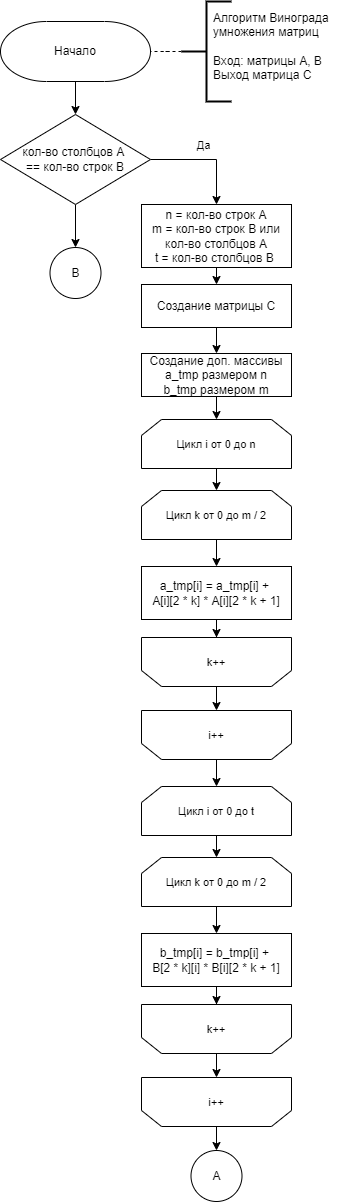
Before: lab_02/docs/img/vinograd_alg_1.png, a diagram exported from draw.io (Mansurow/bmstu-iu7-5sem-AA). Source tidied: cells renumbered, new cells last; positions are measured from the earlier drawing's top-left corner, leaving out a move shared by most shapes.
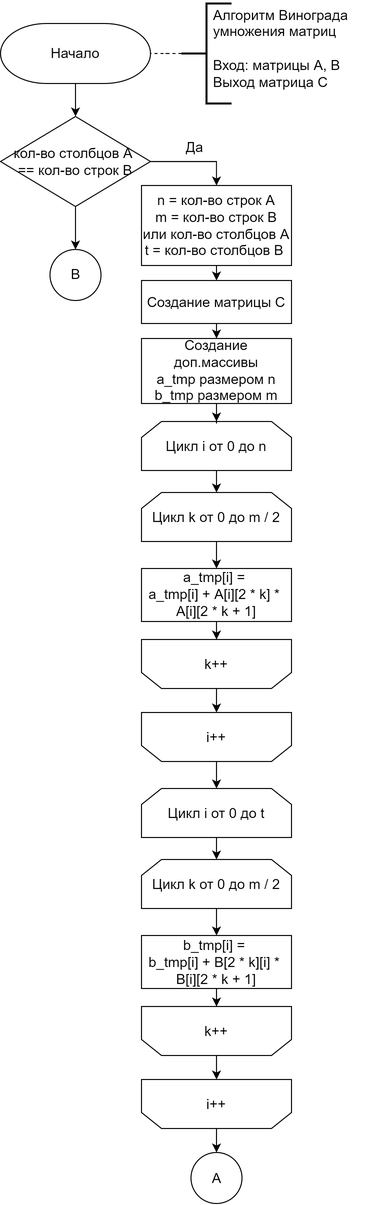
The same diagram one commit later.

Diff of the diagram source:
```diff
@@ -2,117 +2,117 @@
   <root>
     <mxCell id="0" />
     <mxCell id="1" parent="0" />
-    <mxCell id="2" style="edgeStyle=orthogonalEdgeStyle;rounded=0;jettySize=auto;html=1;" parent="1" edge="1" source="3" target="7">
+    <mxCell id="2" style="edgeStyle=orthogonalEdgeStyle;rounded=0;jettySize=auto;html=1;fontSize=14;" parent="1" edge="1" source="3" target="7">
       <mxGeometry relative="1" as="geometry" />
     </mxCell>
-    <mxCell id="3" value="Начало" style="strokeWidth=1;html=1;shape=mxgraph.flowchart.terminator;whiteSpace=wrap;" parent="1" vertex="1">
+    <mxCell id="3" value="Начало" style="strokeWidth=1;html=1;shape=mxgraph.flowchart.terminator;whiteSpace=wrap;fontSize=14;" parent="1" vertex="1">
       <mxGeometry y="20" width="150" height="60" as="geometry" />
     </mxCell>
-    <mxCell id="4" style="edgeStyle=orthogonalEdgeStyle;rounded=0;jettySize=auto;html=1;exitX=1;exitY=0.5;exitDx=0;exitDy=0;" parent="1" edge="1" source="7" target="9">
+    <mxCell id="4" style="edgeStyle=orthogonalEdgeStyle;rounded=0;jettySize=auto;html=1;exitX=1;exitY=0.5;exitDx=0;exitDy=0;fontSize=14;" parent="1" edge="1" source="7" target="9">
       <mxGeometry relative="1" as="geometry" />
     </mxCell>
-    <mxCell id="5" value="Да" style="edgeLabel;html=1;align=center;verticalAlign=middle;" parent="4" vertex="1">
+    <mxCell id="5" value="Да" style="edgeLabel;html=1;align=center;verticalAlign=middle;fontSize=14;" parent="4" vertex="1">
       <mxGeometry x="-0.06" y="-1" relative="1" as="geometry">
         <mxPoint y="-16" as="offset" />
       </mxGeometry>
     </mxCell>
-    <mxCell id="6" style="edgeStyle=orthogonalEdgeStyle;rounded=0;jettySize=auto;html=1;exitX=0.5;exitY=1;exitDx=0;exitDy=0;endArrow=classic;endFill=1;" parent="1" edge="1" source="7" target="38">
+    <mxCell id="6" style="edgeStyle=orthogonalEdgeStyle;rounded=0;jettySize=auto;html=1;exitX=0.5;exitY=1;exitDx=0;exitDy=0;endArrow=classic;endFill=1;fontSize=14;" parent="1" edge="1" source="7" target="38">
       <mxGeometry relative="1" as="geometry" />
     </mxCell>
-    <mxCell id="7" value="кол-во столбцов A &lt;br&gt;== кол-во строк B" style="rhombus;whiteSpace=wrap;html=1;" parent="1" vertex="1">
+    <mxCell id="7" value="кол-во столбцов A &lt;br style=&quot;font-size: 14px;&quot;&gt;== кол-во строк B" style="rhombus;whiteSpace=wrap;html=1;fontSize=14;" parent="1" vertex="1">
       <mxGeometry y="113" width="150" height="90" as="geometry" />
     </mxCell>
-    <mxCell id="8" style="edgeStyle=orthogonalEdgeStyle;rounded=0;jettySize=auto;html=1;exitX=0.5;exitY=1;exitDx=0;exitDy=0;entryX=0.5;entryY=0;entryDx=0;entryDy=0;endArrow=classic;endFill=1;" parent="1" edge="1" source="9" target="16">
+    <mxCell id="8" style="edgeStyle=orthogonalEdgeStyle;rounded=0;jettySize=auto;html=1;exitX=0.5;exitY=1;exitDx=0;exitDy=0;entryX=0.5;entryY=0;entryDx=0;entryDy=0;endArrow=classic;endFill=1;fontSize=14;" parent="1" edge="1" source="9" target="16">
       <mxGeometry relative="1" as="geometry" />
     </mxCell>
-    <mxCell id="9" value="n = кол-во строк A&lt;br&gt;m = кол-во строк B или кол-во столбцов A&lt;br&gt;t = кол-во столбцов B&amp;nbsp;" style="rounded=0;whiteSpace=wrap;html=1;absoluteArcSize=1;arcSize=14;strokeWidth=1;" parent="1" vertex="1">
-      <mxGeometry x="141" y="203" width="150" height="63" as="geometry" />
+    <mxCell id="9" value="n = кол-во строк A&lt;br style=&quot;font-size: 14px;&quot;&gt;m = кол-во строк B или кол-во столбцов A&lt;br style=&quot;font-size: 14px;&quot;&gt;t = кол-во столбцов B&amp;nbsp;" style="rounded=0;whiteSpace=wrap;html=1;absoluteArcSize=1;arcSize=14;strokeWidth=1;fontSize=14;" parent="1" vertex="1">
+      <mxGeometry x="141" y="182" width="150" height="80" as="geometry" />
     </mxCell>
-    <mxCell id="10" style="edgeStyle=orthogonalEdgeStyle;rounded=0;jettySize=auto;html=1;endArrow=classic;endFill=1;" parent="1" edge="1" source="11" target="20">
+    <mxCell id="10" style="edgeStyle=orthogonalEdgeStyle;rounded=0;jettySize=auto;html=1;endArrow=classic;endFill=1;fontSize=14;" parent="1" edge="1" source="11" target="20">
       <mxGeometry relative="1" as="geometry" />
     </mxCell>
-    <mxCell id="11" value="&lt;span style=&quot;font-size: 11px;&quot;&gt;Цикл i от 0 до n&lt;/span&gt;" style="shape=loopLimit;whiteSpace=wrap;html=1;" parent="1" vertex="1">
+    <mxCell id="11" value="&lt;span style=&quot;font-size: 14px;&quot;&gt;Цикл i от 0 до n&lt;/span&gt;" style="shape=loopLimit;whiteSpace=wrap;html=1;fontSize=14;" parent="1" vertex="1">
       <mxGeometry x="141" y="418" width="150" height="49" as="geometry" />
     </mxCell>
-    <mxCell id="12" style="edgeStyle=orthogonalEdgeStyle;rounded=0;jettySize=auto;html=1;endArrow=none;endFill=0;dashed=1;" parent="1" edge="1" source="13" target="3">
+    <mxCell id="12" style="edgeStyle=orthogonalEdgeStyle;rounded=0;jettySize=auto;html=1;endArrow=none;endFill=0;dashed=1;fontSize=14;" parent="1" edge="1" source="13" target="3">
       <mxGeometry relative="1" as="geometry" />
     </mxCell>
-    <mxCell id="13" style="strokeWidth=2;html=1;shape=mxgraph.flowchart.annotation_2;align=left;labelPosition=right;" parent="1" vertex="1">
+    <mxCell id="13" style="strokeWidth=2;html=1;shape=mxgraph.flowchart.annotation_2;align=left;labelPosition=right;fontSize=14;" parent="1" vertex="1">
       <mxGeometry x="181" width="50" height="100" as="geometry" />
     </mxCell>
-    <mxCell id="14" value="Алгоритм Винограда&lt;br&gt;умножения матриц&lt;br&gt;&lt;br&gt;Вход: матрицы A, B&lt;br&gt;Выход матрица С" style="text;html=1;align=left;verticalAlign=middle;strokeColor=none;fillColor=none;" parent="1" vertex="1">
-      <mxGeometry x="211" y="3" width="134" height="84" as="geometry" />
+    <mxCell id="14" value="Алгоритм Винограда&lt;br style=&quot;font-size: 14px;&quot;&gt;умножения матриц&lt;br style=&quot;font-size: 14px;&quot;&gt;&lt;br style=&quot;font-size: 14px;&quot;&gt;Вход: матрицы A, B&lt;br style=&quot;font-size: 14px;&quot;&gt;Выход матрица С" style="text;html=1;align=left;verticalAlign=middle;strokeColor=none;fillColor=none;fontSize=14;" parent="1" vertex="1">
+      <mxGeometry x="211" y="-3" width="153" height="96" as="geometry" />
     </mxCell>
-    <mxCell id="15" style="edgeStyle=orthogonalEdgeStyle;rounded=0;jettySize=auto;html=1;exitX=0.5;exitY=1;exitDx=0;exitDy=0;entryX=0.5;entryY=0;entryDx=0;entryDy=0;endArrow=classic;endFill=1;" parent="1" edge="1" source="16" target="18">
+    <mxCell id="15" style="edgeStyle=orthogonalEdgeStyle;rounded=0;jettySize=auto;html=1;exitX=0.5;exitY=1;exitDx=0;exitDy=0;entryX=0.5;entryY=0;entryDx=0;entryDy=0;endArrow=classic;endFill=1;fontSize=14;" parent="1" edge="1" source="16" target="18">
       <mxGeometry relative="1" as="geometry" />
     </mxCell>
-    <mxCell id="16" value="Создание матрицы C" style="rounded=0;whiteSpace=wrap;html=1;absoluteArcSize=1;arcSize=14;strokeWidth=1;" parent="1" vertex="1">
-      <mxGeometry x="141" y="283" width="150" height="43" as="geometry" />
+    <mxCell id="16" value="Создание матрицы C" style="rounded=0;whiteSpace=wrap;html=1;absoluteArcSize=1;arcSize=14;strokeWidth=1;fontSize=14;" parent="1" vertex="1">
+      <mxGeometry x="141" y="277" width="150" height="43" as="geometry" />
     </mxCell>
-    <mxCell id="17" style="edgeStyle=orthogonalEdgeStyle;rounded=0;jettySize=auto;html=1;endArrow=classic;endFill=1;" parent="1" edge="1" source="18" target="11">
+    <mxCell id="17" style="edgeStyle=orthogonalEdgeStyle;rounded=0;jettySize=auto;html=1;endArrow=classic;endFill=1;fontSize=14;" parent="1" edge="1" source="18" target="11">
       <mxGeometry relative="1" as="geometry" />
     </mxCell>
-    <mxCell id="18" value="Создание доп. массивы&lt;br&gt;a_tmp размером n&lt;br&gt;b_tmp размером m" style="rounded=0;whiteSpace=wrap;html=1;absoluteArcSize=1;arcSize=14;strokeWidth=1;" parent="1" vertex="1">
-      <mxGeometry x="141" y="352" width="150" height="43" as="geometry" />
+    <mxCell id="18" value="Создание доп.массивы&lt;br style=&quot;font-size: 14px;&quot;&gt;a_tmp размером n&lt;br style=&quot;font-size: 14px;&quot;&gt;b_tmp размером m" style="rounded=0;whiteSpace=wrap;html=1;absoluteArcSize=1;arcSize=14;strokeWidth=1;fontSize=14;" parent="1" vertex="1">
+      <mxGeometry x="141" y="335" width="150" height="65" as="geometry" />
     </mxCell>
-    <mxCell id="19" style="edgeStyle=orthogonalEdgeStyle;rounded=0;jettySize=auto;html=1;endArrow=classic;endFill=1;" parent="1" edge="1" source="20" target="22">
+    <mxCell id="19" style="edgeStyle=orthogonalEdgeStyle;rounded=0;jettySize=auto;html=1;endArrow=classic;endFill=1;fontSize=14;" parent="1" edge="1" source="20" target="22">
       <mxGeometry relative="1" as="geometry" />
     </mxCell>
-    <mxCell id="20" value="&lt;span style=&quot;font-size: 11px;&quot;&gt;Цикл k от 0 до m / 2&lt;br&gt;&lt;/span&gt;" style="shape=loopLimit;whiteSpace=wrap;html=1;" parent="1" vertex="1">
+    <mxCell id="20" value="&lt;span style=&quot;font-size: 14px;&quot;&gt;Цикл k от 0 до m / 2&lt;br style=&quot;font-size: 14px;&quot;&gt;&lt;/span&gt;" style="shape=loopLimit;whiteSpace=wrap;html=1;fontSize=14;" parent="1" vertex="1">
       <mxGeometry x="141" y="489" width="150" height="49" as="geometry" />
     </mxCell>
-    <mxCell id="21" style="edgeStyle=orthogonalEdgeStyle;rounded=0;jettySize=auto;html=1;endArrow=classic;endFill=1;" parent="1" edge="1" source="22" target="26">
+    <mxCell id="21" style="edgeStyle=orthogonalEdgeStyle;rounded=0;jettySize=auto;html=1;endArrow=classic;endFill=1;fontSize=14;" parent="1" edge="1" source="22" target="26">
       <mxGeometry relative="1" as="geometry" />
     </mxCell>
-    <mxCell id="22" value="a_tmp[i] = a_tmp[i] + &lt;br&gt;A[i][2 * k] * A[i][2 * k + 1]" style="rounded=0;whiteSpace=wrap;html=1;absoluteArcSize=1;arcSize=14;strokeWidth=1;" parent="1" vertex="1">
+    <mxCell id="22" value="a_tmp[i] = &lt;br&gt;a_tmp[i] + A[i][2 * k] * &lt;br&gt;A[i][2 * k + 1]" style="rounded=0;whiteSpace=wrap;html=1;absoluteArcSize=1;arcSize=14;strokeWidth=1;fontSize=14;" parent="1" vertex="1">
       <mxGeometry x="141" y="565" width="150" height="53" as="geometry" />
     </mxCell>
-    <mxCell id="23" style="edgeStyle=orthogonalEdgeStyle;rounded=0;jettySize=auto;html=1;endArrow=classic;endFill=1;" parent="1" edge="1" source="24" target="28">
+    <mxCell id="23" style="edgeStyle=orthogonalEdgeStyle;rounded=0;jettySize=auto;html=1;endArrow=classic;endFill=1;fontSize=14;" parent="1" edge="1" source="24" target="28">
       <mxGeometry relative="1" as="geometry" />
     </mxCell>
-    <mxCell id="24" value="&lt;span style=&quot;font-size: 11px;&quot;&gt;i++&lt;br&gt;&lt;/span&gt;" style="shape=loopLimit;whiteSpace=wrap;html=1;direction=west;" parent="1" vertex="1">
+    <mxCell id="24" value="&lt;span style=&quot;font-size: 14px;&quot;&gt;i++&lt;br style=&quot;font-size: 14px;&quot;&gt;&lt;/span&gt;" style="shape=loopLimit;whiteSpace=wrap;html=1;direction=west;fontSize=14;" parent="1" vertex="1">
       <mxGeometry x="141" y="709" width="150" height="49" as="geometry" />
     </mxCell>
-    <mxCell id="25" style="edgeStyle=orthogonalEdgeStyle;rounded=0;jettySize=auto;html=1;entryX=0.5;entryY=1;entryDx=0;entryDy=0;endArrow=classic;endFill=1;" parent="1" edge="1" source="26" target="24">
+    <mxCell id="25" style="edgeStyle=orthogonalEdgeStyle;rounded=0;jettySize=auto;html=1;entryX=0.5;entryY=1;entryDx=0;entryDy=0;endArrow=classic;endFill=1;fontSize=14;" parent="1" edge="1" source="26" target="24">
       <mxGeometry relative="1" as="geometry" />
     </mxCell>
-    <mxCell id="26" value="&lt;span style=&quot;font-size: 11px;&quot;&gt;k++&lt;br&gt;&lt;/span&gt;" style="shape=loopLimit;whiteSpace=wrap;html=1;direction=west;" parent="1" vertex="1">
+    <mxCell id="26" value="&lt;span style=&quot;font-size: 14px;&quot;&gt;k++&lt;br style=&quot;font-size: 14px;&quot;&gt;&lt;/span&gt;" style="shape=loopLimit;whiteSpace=wrap;html=1;direction=west;fontSize=14;" parent="1" vertex="1">
       <mxGeometry x="141" y="636" width="150" height="49" as="geometry" />
     </mxCell>
-    <mxCell id="27" style="edgeStyle=orthogonalEdgeStyle;rounded=0;jettySize=auto;html=1;endArrow=classic;endFill=1;" parent="1" edge="1" source="28" target="30">
+    <mxCell id="27" style="edgeStyle=orthogonalEdgeStyle;rounded=0;jettySize=auto;html=1;endArrow=classic;endFill=1;fontSize=14;" parent="1" edge="1" source="28" target="30">
       <mxGeometry relative="1" as="geometry" />
     </mxCell>
-    <mxCell id="28" value="&lt;span style=&quot;font-size: 11px;&quot;&gt;Цикл i от 0 до t&lt;/span&gt;" style="shape=loopLimit;whiteSpace=wrap;html=1;" parent="1" vertex="1">
+    <mxCell id="28" value="&lt;span style=&quot;font-size: 14px;&quot;&gt;Цикл i от 0 до t&lt;/span&gt;" style="shape=loopLimit;whiteSpace=wrap;html=1;fontSize=14;" parent="1" vertex="1">
       <mxGeometry x="141" y="785" width="150" height="49" as="geometry" />
     </mxCell>
-    <mxCell id="29" style="edgeStyle=orthogonalEdgeStyle;rounded=0;jettySize=auto;html=1;endArrow=classic;endFill=1;" parent="1" edge="1" source="30" target="32">
+    <mxCell id="29" style="edgeStyle=orthogonalEdgeStyle;rounded=0;jettySize=auto;html=1;endArrow=classic;endFill=1;fontSize=14;" parent="1" edge="1" source="30" target="32">
       <mxGeometry relative="1" as="geometry" />
     </mxCell>
-    <mxCell id="30" value="&lt;span style=&quot;font-size: 11px;&quot;&gt;Цикл k от 0 до m / 2&lt;br&gt;&lt;/span&gt;" style="shape=loopLimit;whiteSpace=wrap;html=1;" parent="1" vertex="1">
+    <mxCell id="30" value="&lt;span style=&quot;font-size: 14px;&quot;&gt;Цикл k от 0 до m / 2&lt;br style=&quot;font-size: 14px;&quot;&gt;&lt;/span&gt;" style="shape=loopLimit;whiteSpace=wrap;html=1;fontSize=14;" parent="1" vertex="1">
       <mxGeometry x="141" y="856" width="150" height="49" as="geometry" />
     </mxCell>
-    <mxCell id="31" style="edgeStyle=orthogonalEdgeStyle;rounded=0;jettySize=auto;html=1;endArrow=classic;endFill=1;" parent="1" edge="1" source="32" target="36">
+    <mxCell id="31" style="edgeStyle=orthogonalEdgeStyle;rounded=0;jettySize=auto;html=1;endArrow=classic;endFill=1;fontSize=14;" parent="1" edge="1" source="32" target="36">
       <mxGeometry relative="1" as="geometry" />
     </mxCell>
-    <mxCell id="32" value="b_tmp[i] = b_tmp[i] + &lt;br&gt;B[2 * k][i] * B[i][2 * k + 1]" style="rounded=0;whiteSpace=wrap;html=1;absoluteArcSize=1;arcSize=14;strokeWidth=1;" parent="1" vertex="1">
+    <mxCell id="32" value="b_tmp[i] = &lt;br&gt;b_tmp[i] + B[2 * k][i] * &lt;br&gt;B[i][2 * k + 1]" style="rounded=0;whiteSpace=wrap;html=1;absoluteArcSize=1;arcSize=14;strokeWidth=1;fontSize=14;" parent="1" vertex="1">
       <mxGeometry x="141" y="932" width="150" height="53" as="geometry" />
     </mxCell>
-    <mxCell id="33" style="edgeStyle=orthogonalEdgeStyle;rounded=0;jettySize=auto;html=1;endArrow=classic;endFill=1;" parent="1" edge="1" source="34" target="37">
+    <mxCell id="33" style="edgeStyle=orthogonalEdgeStyle;rounded=0;jettySize=auto;html=1;endArrow=classic;endFill=1;fontSize=14;" parent="1" edge="1" source="34" target="37">
       <mxGeometry relative="1" as="geometry" />
     </mxCell>
-    <mxCell id="34" value="&lt;span style=&quot;font-size: 11px;&quot;&gt;i++&lt;br&gt;&lt;/span&gt;" style="shape=loopLimit;whiteSpace=wrap;html=1;direction=west;" parent="1" vertex="1">
+    <mxCell id="34" value="&lt;span style=&quot;font-size: 14px;&quot;&gt;i++&lt;br style=&quot;font-size: 14px;&quot;&gt;&lt;/span&gt;" style="shape=loopLimit;whiteSpace=wrap;html=1;direction=west;fontSize=14;" parent="1" vertex="1">
       <mxGeometry x="141" y="1076" width="150" height="49" as="geometry" />
     </mxCell>
-    <mxCell id="35" style="edgeStyle=orthogonalEdgeStyle;rounded=0;jettySize=auto;html=1;entryX=0.5;entryY=1;entryDx=0;entryDy=0;endArrow=classic;endFill=1;" parent="1" edge="1" source="36" target="34">
+    <mxCell id="35" style="edgeStyle=orthogonalEdgeStyle;rounded=0;jettySize=auto;html=1;entryX=0.5;entryY=1;entryDx=0;entryDy=0;endArrow=classic;endFill=1;fontSize=14;" parent="1" edge="1" source="36" target="34">
       <mxGeometry relative="1" as="geometry" />
     </mxCell>
-    <mxCell id="36" value="&lt;span style=&quot;font-size: 11px;&quot;&gt;k++&lt;br&gt;&lt;/span&gt;" style="shape=loopLimit;whiteSpace=wrap;html=1;direction=west;" parent="1" vertex="1">
+    <mxCell id="36" value="&lt;span style=&quot;font-size: 14px;&quot;&gt;k++&lt;br style=&quot;font-size: 14px;&quot;&gt;&lt;/span&gt;" style="shape=loopLimit;whiteSpace=wrap;html=1;direction=west;fontSize=14;" parent="1" vertex="1">
       <mxGeometry x="141" y="1003" width="150" height="49" as="geometry" />
     </mxCell>
-    <mxCell id="37" value="A" style="ellipse;whiteSpace=wrap;html=1;" parent="1" vertex="1">
+    <mxCell id="37" value="A" style="ellipse;whiteSpace=wrap;html=1;fontSize=14;" parent="1" vertex="1">
       <mxGeometry x="190.5" y="1149" width="51" height="51" as="geometry" />
     </mxCell>
-    <mxCell id="38" value="B" style="ellipse;whiteSpace=wrap;html=1;" parent="1" vertex="1">
+    <mxCell id="38" value="B" style="ellipse;whiteSpace=wrap;html=1;fontSize=14;" parent="1" vertex="1">
       <mxGeometry x="49.5" y="246" width="51" height="51" as="geometry" />
     </mxCell>
   </root>
```
